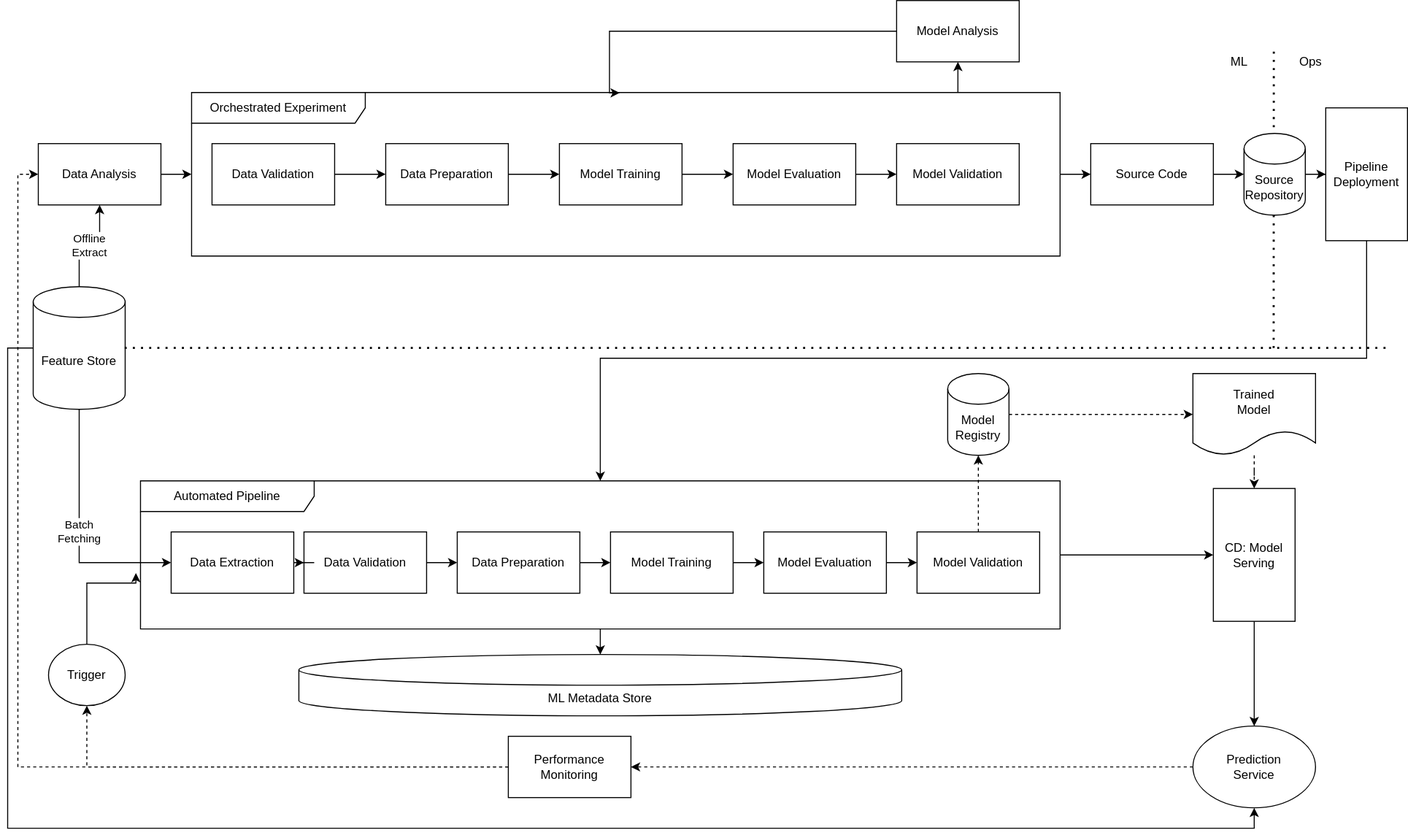
Above: docs/mlops_level1.drawio.svg in jmeisele/ml-ops (draw.io), before the change. Source tidied: cells renumbered, new cells last; positions are measured from the earlier drawing's top-left corner, leaving out a move shared by most shapes. Source of this version:
```xml
<mxGraphModel>
  <root>
    <mxCell id="0" />
    <mxCell id="1" parent="0" />
    <mxCell id="2" style="endArrow=none;dashed=1;html=1;dashPattern=1 3;strokeWidth=2;" parent="1" edge="1">
      <mxGeometry relative="1" as="geometry">
        <mxPoint x="1239.2" y="50" as="sourcePoint" />
        <mxPoint x="1239" y="340" as="targetPoint" />
      </mxGeometry>
    </mxCell>
    <mxCell id="3" style="edgeStyle=orthogonalEdgeStyle;rounded=0;jettySize=auto;html=1;entryX=0.5;entryY=1;entryDx=0;entryDy=0;" parent="1" edge="1" source="5" target="18">
      <mxGeometry relative="1" as="geometry">
        <Array as="points">
          <mxPoint x="930" y="80" />
          <mxPoint x="930" y="80" />
        </Array>
      </mxGeometry>
    </mxCell>
    <mxCell id="4" style="edgeStyle=orthogonalEdgeStyle;rounded=0;jettySize=auto;html=1;" parent="1" edge="1" source="5" target="20">
      <mxGeometry relative="1" as="geometry" />
    </mxCell>
    <mxCell id="5" value="Orchestrated Experiment" style="shape=umlFrame;whiteSpace=wrap;html=1;width=170;height=30;" parent="1" vertex="1">
      <mxGeometry x="180" y="90" width="850" height="160" as="geometry" />
    </mxCell>
    <mxCell id="6" style="edgeStyle=orthogonalEdgeStyle;rounded=0;jettySize=auto;html=1;" parent="1" edge="1" source="7" target="5">
      <mxGeometry relative="1" as="geometry" />
    </mxCell>
    <mxCell id="7" value="Data Analysis" style="rounded=0;whiteSpace=wrap;html=1;" parent="1" vertex="1">
      <mxGeometry x="30" y="140" width="120" height="60" as="geometry" />
    </mxCell>
    <mxCell id="8" style="edgeStyle=orthogonalEdgeStyle;rounded=0;jettySize=auto;html=1;" parent="1" edge="1" source="9" target="11">
      <mxGeometry relative="1" as="geometry" />
    </mxCell>
    <mxCell id="9" value="Data Validation" style="rounded=0;whiteSpace=wrap;html=1;" parent="1" vertex="1">
      <mxGeometry x="200" y="140" width="120" height="60" as="geometry" />
    </mxCell>
    <mxCell id="10" style="edgeStyle=orthogonalEdgeStyle;rounded=0;jettySize=auto;html=1;" parent="1" edge="1" source="11" target="13">
      <mxGeometry relative="1" as="geometry" />
    </mxCell>
    <mxCell id="11" value="Data Preparation" style="rounded=0;whiteSpace=wrap;html=1;" parent="1" vertex="1">
      <mxGeometry x="370" y="140" width="120" height="60" as="geometry" />
    </mxCell>
    <mxCell id="12" style="edgeStyle=orthogonalEdgeStyle;rounded=0;jettySize=auto;html=1;" parent="1" edge="1" source="13" target="15">
      <mxGeometry relative="1" as="geometry" />
    </mxCell>
    <mxCell id="13" value="Model Training" style="rounded=0;whiteSpace=wrap;html=1;" parent="1" vertex="1">
      <mxGeometry x="540" y="140" width="120" height="60" as="geometry" />
    </mxCell>
    <mxCell id="14" style="edgeStyle=orthogonalEdgeStyle;rounded=0;jettySize=auto;html=1;" parent="1" edge="1" source="15" target="16">
      <mxGeometry relative="1" as="geometry" />
    </mxCell>
    <mxCell id="15" value="Model Evaluation" style="rounded=0;whiteSpace=wrap;html=1;" parent="1" vertex="1">
      <mxGeometry x="710" y="140" width="120" height="60" as="geometry" />
    </mxCell>
    <mxCell id="16" value="Model Validation" style="rounded=0;whiteSpace=wrap;html=1;" parent="1" vertex="1">
      <mxGeometry x="870" y="140" width="120" height="60" as="geometry" />
    </mxCell>
    <mxCell id="17" style="edgeStyle=orthogonalEdgeStyle;rounded=0;jettySize=auto;html=1;entryX=0.493;entryY=0.002;entryDx=0;entryDy=0;entryPerimeter=0;" parent="1" edge="1" source="18" target="5">
      <mxGeometry relative="1" as="geometry">
        <Array as="points">
          <mxPoint x="589" y="30" />
        </Array>
      </mxGeometry>
    </mxCell>
    <mxCell id="18" value="Model Analysis" style="rounded=0;whiteSpace=wrap;html=1;" parent="1" vertex="1">
      <mxGeometry x="870" width="120" height="60" as="geometry" />
    </mxCell>
    <mxCell id="19" style="edgeStyle=orthogonalEdgeStyle;rounded=0;jettySize=auto;html=1;" parent="1" edge="1" source="20" target="22">
      <mxGeometry relative="1" as="geometry" />
    </mxCell>
    <mxCell id="20" value="Source Code" style="whiteSpace=wrap;html=1;" parent="1" vertex="1">
      <mxGeometry x="1060" y="140" width="120" height="60" as="geometry" />
    </mxCell>
    <mxCell id="21" style="edgeStyle=orthogonalEdgeStyle;rounded=0;jettySize=auto;html=1;" parent="1" edge="1" source="22" target="24">
      <mxGeometry relative="1" as="geometry" />
    </mxCell>
    <mxCell id="22" value="Source&amp;nbsp;&lt;br&gt;Repository" style="shape=cylinder3;whiteSpace=wrap;html=1;boundedLbl=1;backgroundOutline=1;size=15;" parent="1" vertex="1">
      <mxGeometry x="1210" y="130" width="60" height="80" as="geometry" />
    </mxCell>
    <mxCell id="23" style="edgeStyle=orthogonalEdgeStyle;rounded=0;jettySize=auto;html=1;" parent="1" edge="1" source="24" target="34">
      <mxGeometry relative="1" as="geometry">
        <Array as="points">
          <mxPoint x="1330" y="350" />
          <mxPoint x="580" y="350" />
        </Array>
      </mxGeometry>
    </mxCell>
    <mxCell id="24" value="Pipeline&lt;br&gt;Deployment" style="whiteSpace=wrap;html=1;" parent="1" vertex="1">
      <mxGeometry x="1290" y="105" width="80" height="130" as="geometry" />
    </mxCell>
    <mxCell id="25" value="Offline&lt;br&gt;Extract" style="edgeStyle=orthogonalEdgeStyle;rounded=0;jettySize=auto;html=1;entryX=0.5;entryY=1;entryDx=0;entryDy=0;" parent="1" edge="1" source="28" target="7">
      <mxGeometry relative="1" as="geometry" />
    </mxCell>
    <mxCell id="26" value="Batch&lt;br&gt;Fetching" style="edgeStyle=orthogonalEdgeStyle;rounded=0;jettySize=auto;html=1;entryX=0;entryY=0.5;entryDx=0;entryDy=0;" parent="1" edge="1" source="28" target="46">
      <mxGeometry relative="1" as="geometry">
        <Array as="points">
          <mxPoint x="70" y="550" />
        </Array>
      </mxGeometry>
    </mxCell>
    <mxCell id="27" style="edgeStyle=orthogonalEdgeStyle;rounded=0;jettySize=auto;html=1;entryX=0.5;entryY=1;entryDx=0;entryDy=0;" parent="1" edge="1" source="28" target="54">
      <mxGeometry relative="1" as="geometry">
        <Array as="points">
          <mxPoint y="340" />
          <mxPoint y="810" />
          <mxPoint x="1220" y="810" />
        </Array>
      </mxGeometry>
    </mxCell>
    <mxCell id="28" value="Feature Store" style="shape=cylinder3;whiteSpace=wrap;html=1;boundedLbl=1;backgroundOutline=1;size=15;" parent="1" vertex="1">
      <mxGeometry x="25" y="280" width="90" height="120" as="geometry" />
    </mxCell>
    <mxCell id="29" style="endArrow=none;dashed=1;html=1;dashPattern=1 3;strokeWidth=2;" parent="1" edge="1">
      <mxGeometry relative="1" as="geometry">
        <mxPoint x="1348.5" y="340" as="sourcePoint" />
        <mxPoint x="110" y="340" as="targetPoint" />
      </mxGeometry>
    </mxCell>
    <mxCell id="30" value="ML&lt;br&gt;" style="text;html=1;align=center;verticalAlign=middle;fillColor=none;strokeColor=none;rounded=0;" parent="1" vertex="1">
      <mxGeometry x="1190" y="50" width="30" height="20" as="geometry" />
    </mxCell>
    <mxCell id="31" value="Ops" style="text;html=1;align=center;verticalAlign=middle;fillColor=none;strokeColor=none;rounded=0;" parent="1" vertex="1">
      <mxGeometry x="1255" y="50" width="40" height="20" as="geometry" />
    </mxCell>
    <mxCell id="32" style="edgeStyle=orthogonalEdgeStyle;rounded=0;jettySize=auto;html=1;entryX=0;entryY=0.5;entryDx=0;entryDy=0;" parent="1" edge="1" source="34" target="52">
      <mxGeometry relative="1" as="geometry" />
    </mxCell>
    <mxCell id="33" style="edgeStyle=orthogonalEdgeStyle;rounded=0;jettySize=auto;html=1;entryX=0.5;entryY=0;entryDx=0;entryDy=0;entryPerimeter=0;" parent="1" edge="1" source="34" target="60">
      <mxGeometry relative="1" as="geometry" />
    </mxCell>
    <mxCell id="34" value="Automated Pipeline" style="shape=umlFrame;whiteSpace=wrap;html=1;width=170;height=30;" parent="1" vertex="1">
      <mxGeometry x="130" y="470" width="900" height="145" as="geometry" />
    </mxCell>
    <mxCell id="35" style="edgeStyle=orthogonalEdgeStyle;rounded=0;jettySize=auto;html=1;" parent="1" edge="1" source="36" target="38">
      <mxGeometry relative="1" as="geometry" />
    </mxCell>
    <mxCell id="36" value="Data Validation" style="rounded=0;whiteSpace=wrap;html=1;" parent="1" vertex="1">
      <mxGeometry x="290" y="520" width="120" height="60" as="geometry" />
    </mxCell>
    <mxCell id="37" style="edgeStyle=orthogonalEdgeStyle;rounded=0;jettySize=auto;html=1;" parent="1" edge="1" source="38" target="40">
      <mxGeometry relative="1" as="geometry" />
    </mxCell>
    <mxCell id="38" value="Data Preparation" style="rounded=0;whiteSpace=wrap;html=1;" parent="1" vertex="1">
      <mxGeometry x="440" y="520" width="120" height="60" as="geometry" />
    </mxCell>
    <mxCell id="39" style="edgeStyle=orthogonalEdgeStyle;rounded=0;jettySize=auto;html=1;" parent="1" edge="1" source="40" target="42">
      <mxGeometry relative="1" as="geometry" />
    </mxCell>
    <mxCell id="40" value="Model Training" style="rounded=0;whiteSpace=wrap;html=1;" parent="1" vertex="1">
      <mxGeometry x="590" y="520" width="120" height="60" as="geometry" />
    </mxCell>
    <mxCell id="41" style="edgeStyle=orthogonalEdgeStyle;rounded=0;jettySize=auto;html=1;" parent="1" edge="1" source="42" target="44">
      <mxGeometry relative="1" as="geometry" />
    </mxCell>
    <mxCell id="42" value="Model Evaluation" style="rounded=0;whiteSpace=wrap;html=1;" parent="1" vertex="1">
      <mxGeometry x="740" y="520" width="120" height="60" as="geometry" />
    </mxCell>
    <mxCell id="43" style="edgeStyle=orthogonalEdgeStyle;rounded=0;jettySize=auto;html=1;dashed=1;" parent="1" edge="1" source="44" target="48">
      <mxGeometry relative="1" as="geometry" />
    </mxCell>
    <mxCell id="44" value="Model Validation" style="rounded=0;whiteSpace=wrap;html=1;" parent="1" vertex="1">
      <mxGeometry x="890" y="520" width="120" height="60" as="geometry" />
    </mxCell>
    <mxCell id="45" style="edgeStyle=orthogonalEdgeStyle;rounded=0;jettySize=auto;html=1;" parent="1" edge="1" source="46" target="36">
      <mxGeometry relative="1" as="geometry" />
    </mxCell>
    <mxCell id="46" value="Data Extraction" style="rounded=0;whiteSpace=wrap;html=1;" parent="1" vertex="1">
      <mxGeometry x="160" y="520" width="120" height="60" as="geometry" />
    </mxCell>
    <mxCell id="47" style="edgeStyle=orthogonalEdgeStyle;rounded=0;jettySize=auto;html=1;entryX=0;entryY=0.5;entryDx=0;entryDy=0;dashed=1;" parent="1" edge="1" source="48" target="50">
      <mxGeometry relative="1" as="geometry" />
    </mxCell>
    <mxCell id="48" value="Model&lt;br&gt;Registry" style="shape=cylinder3;whiteSpace=wrap;html=1;boundedLbl=1;backgroundOutline=1;size=15;" parent="1" vertex="1">
      <mxGeometry x="920" y="365" width="60" height="80" as="geometry" />
    </mxCell>
    <mxCell id="49" style="edgeStyle=orthogonalEdgeStyle;rounded=0;jettySize=auto;html=1;dashed=1;" parent="1" edge="1" source="50" target="52">
      <mxGeometry relative="1" as="geometry" />
    </mxCell>
    <mxCell id="50" value="Trained&lt;br&gt;Model" style="shape=document;whiteSpace=wrap;html=1;boundedLbl=1;" parent="1" vertex="1">
      <mxGeometry x="1160" y="365" width="120" height="80" as="geometry" />
    </mxCell>
    <mxCell id="51" style="edgeStyle=orthogonalEdgeStyle;rounded=0;jettySize=auto;html=1;" parent="1" edge="1" source="52" target="54">
      <mxGeometry relative="1" as="geometry" />
    </mxCell>
    <mxCell id="52" value="CD: Model&lt;br&gt;Serving" style="whiteSpace=wrap;html=1;" parent="1" vertex="1">
      <mxGeometry x="1180" y="477.5" width="80" height="130" as="geometry" />
    </mxCell>
    <mxCell id="53" style="edgeStyle=orthogonalEdgeStyle;rounded=0;jettySize=auto;html=1;dashed=1;" parent="1" edge="1" source="54" target="57">
      <mxGeometry relative="1" as="geometry" />
    </mxCell>
    <mxCell id="54" value="Prediction&lt;br&gt;Service" style="ellipse;whiteSpace=wrap;html=1;" parent="1" vertex="1">
      <mxGeometry x="1160" y="710" width="120" height="80" as="geometry" />
    </mxCell>
    <mxCell id="55" style="edgeStyle=orthogonalEdgeStyle;rounded=0;jettySize=auto;html=1;dashed=1;" parent="1" edge="1" source="57" target="59">
      <mxGeometry relative="1" as="geometry" />
    </mxCell>
    <mxCell id="56" style="edgeStyle=orthogonalEdgeStyle;rounded=0;jettySize=auto;html=1;entryX=0;entryY=0.5;entryDx=0;entryDy=0;dashed=1;" parent="1" edge="1" source="57" target="7">
      <mxGeometry relative="1" as="geometry">
        <Array as="points">
          <mxPoint x="10" y="750" />
        </Array>
      </mxGeometry>
    </mxCell>
    <mxCell id="57" value="Performance&amp;nbsp;&lt;br&gt;Monitoring" style="whiteSpace=wrap;html=1;" parent="1" vertex="1">
      <mxGeometry x="490" y="720" width="120" height="60" as="geometry" />
    </mxCell>
    <mxCell id="58" style="edgeStyle=orthogonalEdgeStyle;rounded=0;jettySize=auto;html=1;entryX=-0.005;entryY=0.622;entryDx=0;entryDy=0;entryPerimeter=0;" parent="1" edge="1" source="59" target="34">
      <mxGeometry relative="1" as="geometry">
        <Array as="points">
          <mxPoint x="78" y="660" />
          <mxPoint x="78" y="570" />
        </Array>
      </mxGeometry>
    </mxCell>
    <mxCell id="59" value="Trigger" style="ellipse;whiteSpace=wrap;html=1;" parent="1" vertex="1">
      <mxGeometry x="40" y="630" width="75" height="60" as="geometry" />
    </mxCell>
    <mxCell id="60" value="ML Metadata Store" style="shape=cylinder3;whiteSpace=wrap;html=1;boundedLbl=1;backgroundOutline=1;size=15;" parent="1" vertex="1">
      <mxGeometry x="285" y="640" width="590" height="60" as="geometry" />
    </mxCell>
  </root>
</mxGraphModel>
```
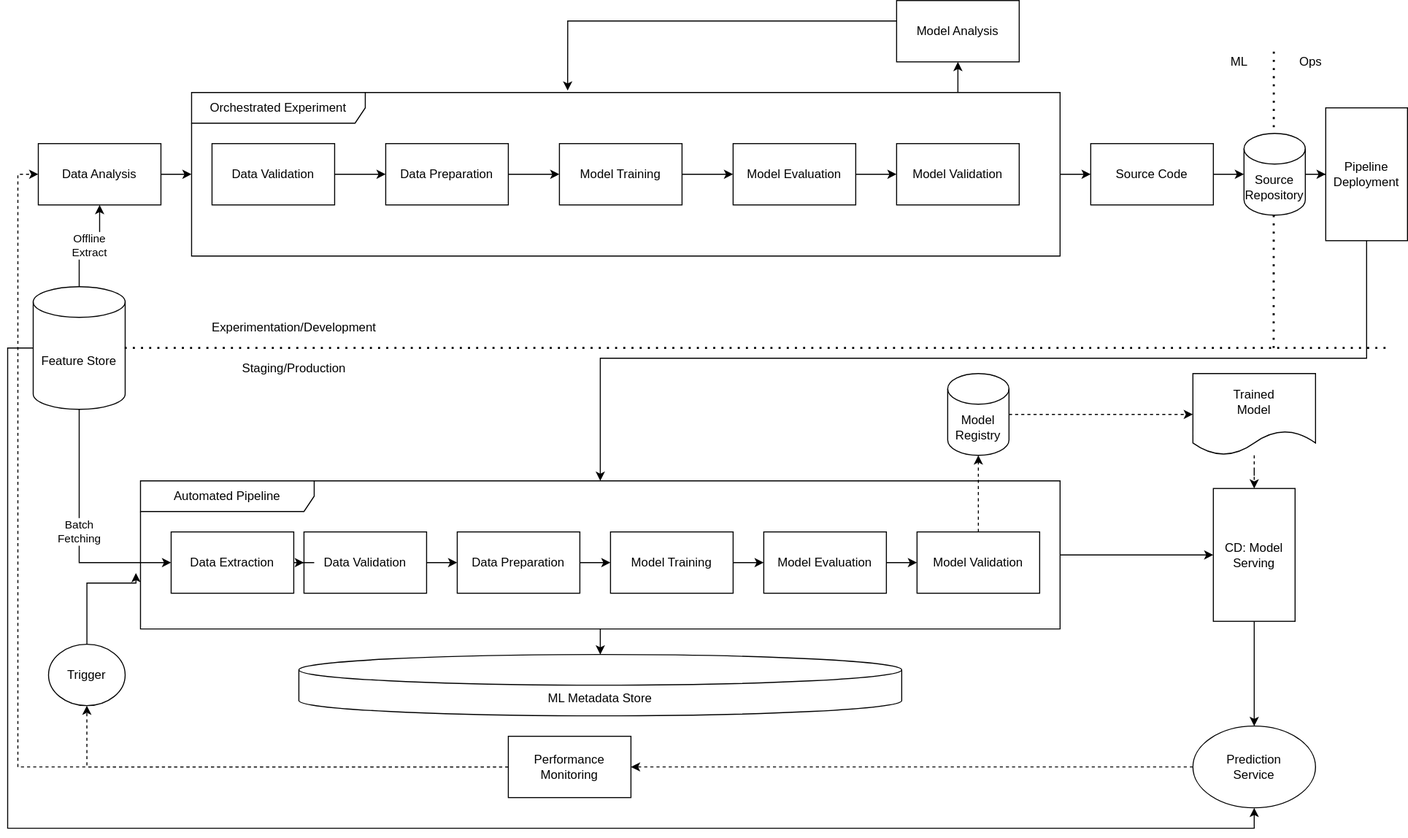
Later version of the same file.

The edit, as a diff of the source:
```diff
@@ -55,10 +55,10 @@
     <mxCell id="16" value="Model Validation" style="rounded=0;whiteSpace=wrap;html=1;" parent="1" vertex="1">
       <mxGeometry x="870" y="140" width="120" height="60" as="geometry" />
     </mxCell>
-    <mxCell id="17" style="edgeStyle=orthogonalEdgeStyle;rounded=0;jettySize=auto;html=1;entryX=0.493;entryY=0.002;entryDx=0;entryDy=0;entryPerimeter=0;" parent="1" edge="1" source="18" target="5">
+    <mxCell id="17" style="edgeStyle=orthogonalEdgeStyle;rounded=0;jettySize=auto;html=1;entryX=0.433;entryY=-0.012;entryDx=0;entryDy=0;entryPerimeter=0;" parent="1" edge="1" source="18" target="5">
       <mxGeometry relative="1" as="geometry">
         <Array as="points">
-          <mxPoint x="589" y="30" />
+          <mxPoint x="548" y="20" />
         </Array>
       </mxGeometry>
     </mxCell>
@@ -218,5 +218,11 @@
     <mxCell id="60" value="ML Metadata Store" style="shape=cylinder3;whiteSpace=wrap;html=1;boundedLbl=1;backgroundOutline=1;size=15;" parent="1" vertex="1">
       <mxGeometry x="285" y="640" width="590" height="60" as="geometry" />
     </mxCell>
+    <mxCell id="61" value="Experimentation/Development" style="text;html=1;align=center;verticalAlign=middle;fillColor=none;strokeColor=none;rounded=0;" parent="1" vertex="1">
+      <mxGeometry x="190" y="310" width="180" height="20" as="geometry" />
+    </mxCell>
+    <mxCell id="62" value="Staging/Production" style="text;html=1;align=center;verticalAlign=middle;fillColor=none;strokeColor=none;rounded=0;" parent="1" vertex="1">
+      <mxGeometry x="220" y="350" width="120" height="20" as="geometry" />
+    </mxCell>
   </root>
 </mxGraphModel>
```
